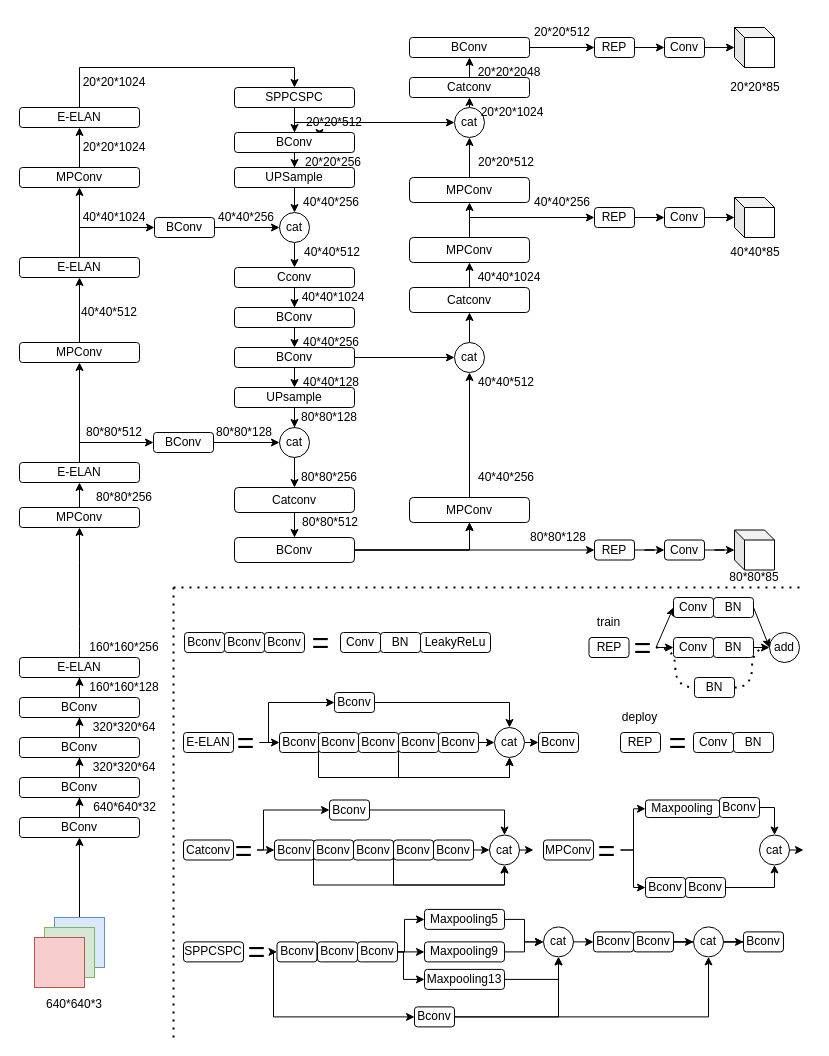
This is yolov7-xs.drawio from YANGJUNYAN0715/papers, a draw.io file, before an edit. Source tidied: cells renumbered, new cells numbered last; positions are measured from the earlier drawing's top-left corner, leaving out a move shared by most shapes. Both pictures are drawn from the tidied source at 100%, with x=0, y=0 at pixel (19, 17).
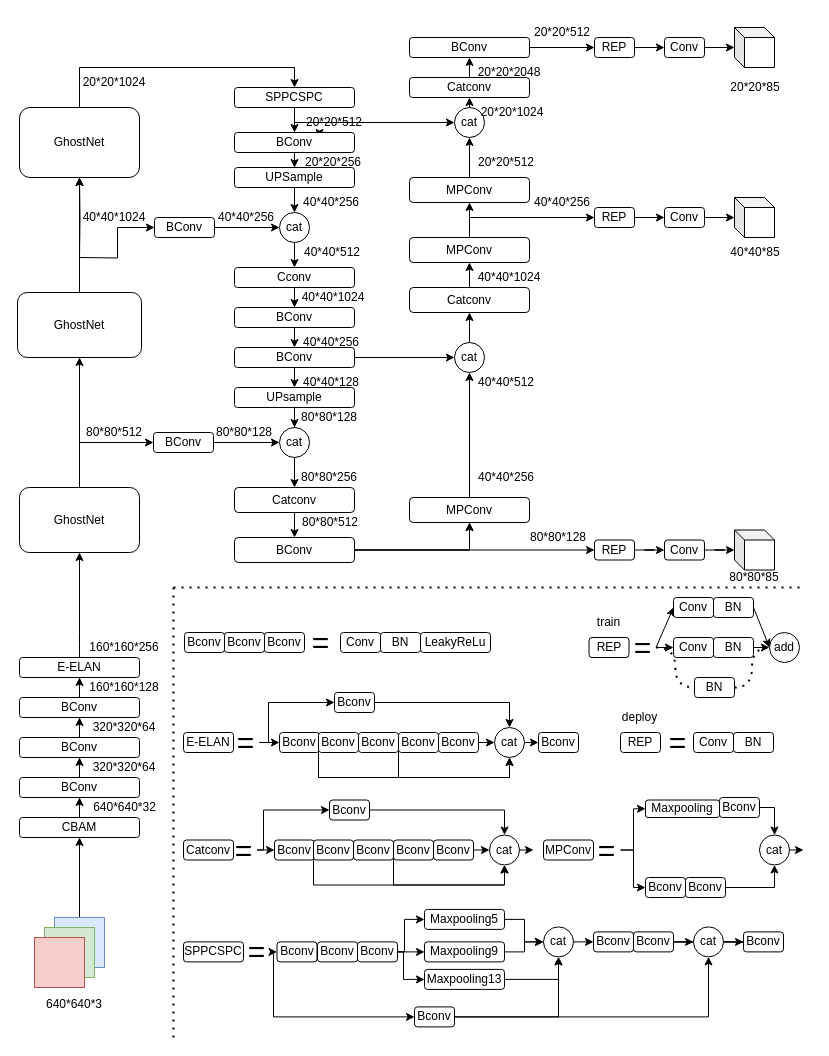
The same diagram, later.

Unchanged cells that the change refers to:
```xml
<mxCell id="15" value="E-ELAN" style="rounded=1;whiteSpace=wrap;html=1;" parent="1" vertex="1">
  <mxGeometry y="640" width="120" height="20" as="geometry" />
</mxCell>
<mxCell id="39" value="BConv" style="rounded=1;whiteSpace=wrap;html=1;" parent="1" vertex="1">
  <mxGeometry x="135" y="200" width="60" height="20" as="geometry" />
</mxCell>
```

Change to the diagram source:
```diff
@@
-    <mxCell id="7" value="BConv" style="rounded=1;whiteSpace=wrap;html=1;" parent="1" vertex="1">
+    <mxCell id="7" value="CBAM" style="rounded=1;whiteSpace=wrap;html=1;" parent="1" vertex="1">
       <mxGeometry y="800" width="120" height="20" as="geometry" />
     </mxCell>
@@
-    <mxCell id="14" style="edgeStyle=orthogonalEdgeStyle;curved=1;rounded=0;jettySize=auto;html=1;exitX=0.5;exitY=0;exitDx=0;exitDy=0;entryX=0.5;entryY=1;entryDx=0;entryDy=0;fontSize=12;" parent="1" edge="1" source="15" target="17">
+    <mxCell id="14" style="edgeStyle=orthogonalEdgeStyle;curved=1;rounded=0;jettySize=auto;html=1;exitX=0.5;exitY=0;exitDx=0;exitDy=0;entryX=0.5;entryY=1;entryDx=0;entryDy=0;fontSize=12;" parent="1" edge="1" source="15" target="20">
       <mxGeometry relative="1" as="geometry" />
     </mxCell>
@@
-    <mxCell id="16" style="edgeStyle=orthogonalEdgeStyle;rounded=0;jettySize=auto;html=1;" parent="1" edge="1" source="17" target="20">
-      <mxGeometry relative="1" as="geometry" />
-    </mxCell>
-    <mxCell id="17" value="MPConv" style="rounded=1;whiteSpace=wrap;html=1;" parent="1" vertex="1">
-      <mxGeometry y="490" width="120" height="20" as="geometry" />
-    </mxCell>
@@
-    <mxCell id="20" value="E-ELAN" style="rounded=1;whiteSpace=wrap;html=1;" parent="1" vertex="1">
-      <mxGeometry y="445" width="120" height="20" as="geometry" />
+    <mxCell id="20" value="GhostNet" style="rounded=1;whiteSpace=wrap;html=1;" parent="1" vertex="1">
+      <mxGeometry y="470" width="120" height="65" as="geometry" />
     </mxCell>
-    <mxCell id="21" style="edgeStyle=orthogonalEdgeStyle;rounded=0;jettySize=auto;html=1;exitX=0.5;exitY=0;exitDx=0;exitDy=0;entryX=0;entryY=0.5;entryDx=0;entryDy=0;" parent="1" edge="1" source="23" target="39">
-      <mxGeometry relative="1" as="geometry" />
+    <mxCell id="21" style="edgeStyle=orthogonalEdgeStyle;rounded=0;jettySize=auto;html=1;exitX=0.5;exitY=0;exitDx=0;exitDy=0;entryX=0;entryY=0.5;entryDx=0;entryDy=0;" parent="1" edge="1" target="39">
+      <mxGeometry relative="1" as="geometry">
+        <mxPoint x="60" y="240" as="sourcePoint" />
+      </mxGeometry>
     </mxCell>
-    <mxCell id="22" style="edgeStyle=orthogonalEdgeStyle;rounded=0;jettySize=auto;html=1;exitX=0.5;exitY=0;exitDx=0;exitDy=0;entryX=0.5;entryY=1;entryDx=0;entryDy=0;" parent="1" edge="1" source="23" target="25">
-      <mxGeometry relative="1" as="geometry" />
+    <mxCell id="22" style="edgeStyle=orthogonalEdgeStyle;rounded=0;jettySize=auto;html=1;exitX=0.5;exitY=0;exitDx=0;exitDy=0;entryX=0.5;entryY=1;entryDx=0;entryDy=0;" parent="1" edge="1" target="27">
+      <mxGeometry relative="1" as="geometry">
+        <mxPoint x="60" y="240" as="sourcePoint" />
+      </mxGeometry>
     </mxCell>
-    <mxCell id="23" value="E-ELAN" style="rounded=1;whiteSpace=wrap;html=1;" parent="1" vertex="1">
-      <mxGeometry y="240" width="120" height="20" as="geometry" />
-    </mxCell>
-    <mxCell id="24" style="edgeStyle=orthogonalEdgeStyle;rounded=0;jettySize=auto;html=1;exitX=0.5;exitY=0;exitDx=0;exitDy=0;" parent="1" edge="1" source="25" target="27">
-      <mxGeometry relative="1" as="geometry" />
-    </mxCell>
-    <mxCell id="25" value="MPConv" style="rounded=1;whiteSpace=wrap;html=1;" parent="1" vertex="1">
-      <mxGeometry y="150" width="120" height="20" as="geometry" />
-    </mxCell>
@@
-    <mxCell id="27" value="E-ELAN" style="rounded=1;whiteSpace=wrap;html=1;" parent="1" vertex="1">
-      <mxGeometry y="90" width="120" height="20" as="geometry" />
+    <mxCell id="27" value="GhostNet" style="rounded=1;whiteSpace=wrap;html=1;" parent="1" vertex="1">
+      <mxGeometry y="90" width="120" height="70" as="geometry" />
     </mxCell>
@@
-    <mxCell id="159" style="edgeStyle=orthogonalEdgeStyle;rounded=0;jettySize=auto;html=1;fontSize=30;" parent="1" edge="1" source="160" target="23">
-      <mxGeometry relative="1" as="geometry" />
-    </mxCell>
+    <mxCell id="230" style="edgeStyle=orthogonalEdgeStyle;rounded=0;jettySize=auto;html=1;exitX=0.5;exitY=0;exitDx=0;exitDy=0;entryX=0.5;entryY=1;entryDx=0;entryDy=0;" parent="1" edge="1" source="160" target="27">
+      <mxGeometry relative="1" as="geometry" />
+    </mxCell>
-    <mxCell id="160" value="MPConv" style="rounded=1;whiteSpace=wrap;html=1;" parent="1" vertex="1">
-      <mxGeometry y="325" width="120" height="20" as="geometry" />
+    <mxCell id="160" value="GhostNet" style="rounded=1;whiteSpace=wrap;html=1;" parent="1" vertex="1">
+      <mxGeometry x="-2" y="275" width="124" height="65" as="geometry" />
     </mxCell>
@@
-    <mxCell id="199" value="80*80*256" style="text;html=1;strokeColor=none;fillColor=none;align=center;verticalAlign=middle;whiteSpace=wrap;rounded=0;strokeWidth=1;fontSize=12;" parent="1" vertex="1">
-      <mxGeometry x="75" y="465" width="60" height="30" as="geometry" />
-    </mxCell>
@@
-    <mxCell id="201" value="40*40*512" style="text;html=1;strokeColor=none;fillColor=none;align=center;verticalAlign=middle;whiteSpace=wrap;rounded=0;strokeWidth=1;fontSize=12;" parent="1" vertex="1">
-      <mxGeometry x="60" y="280" width="60" height="30" as="geometry" />
-    </mxCell>
@@
-    <mxCell id="203" value="20*20*1024" style="text;html=1;strokeColor=none;fillColor=none;align=center;verticalAlign=middle;whiteSpace=wrap;rounded=0;strokeWidth=1;fontSize=12;" parent="1" vertex="1">
-      <mxGeometry x="65" y="115" width="60" height="30" as="geometry" />
-    </mxCell>
```
